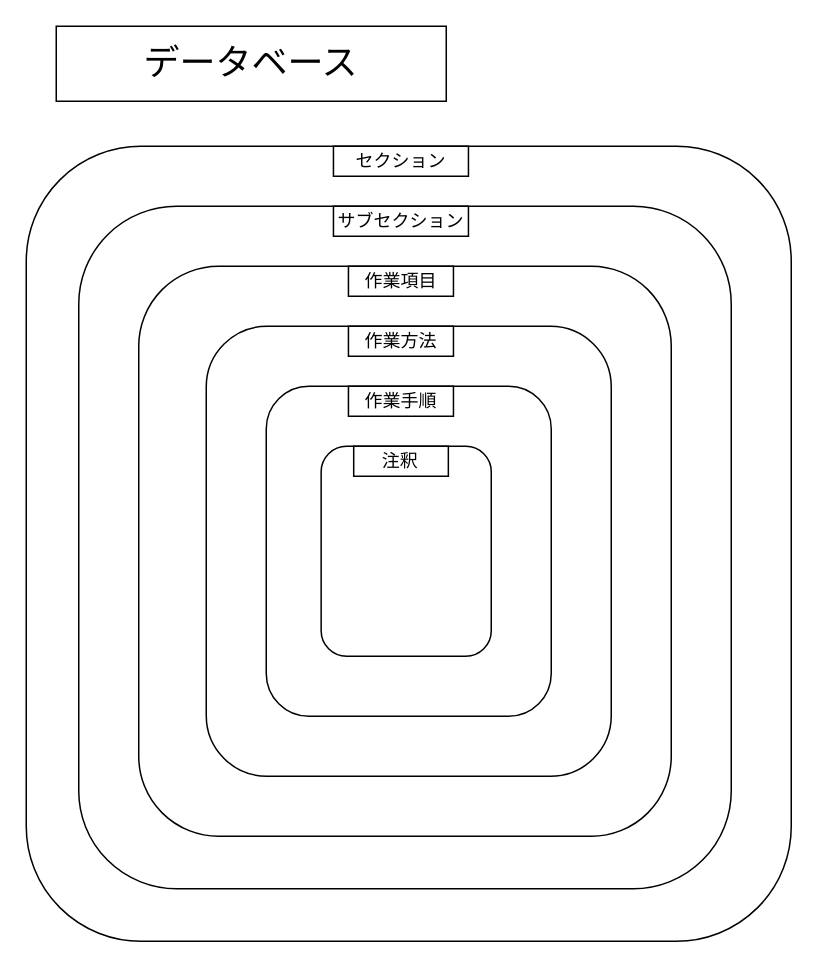
Earlier version of the draw.io diagram page "ページ1" (1 of 2) of db_er.drawio (kbr1009/manual_app). Source tidied: cells renumbered, new cells numbered last; positions are measured from the earlier drawing's top-left corner, leaving out a move shared by most shapes. Both pictures are drawn from the tidied source at 150%, with x=0, y=0 at pixel (26, 26).
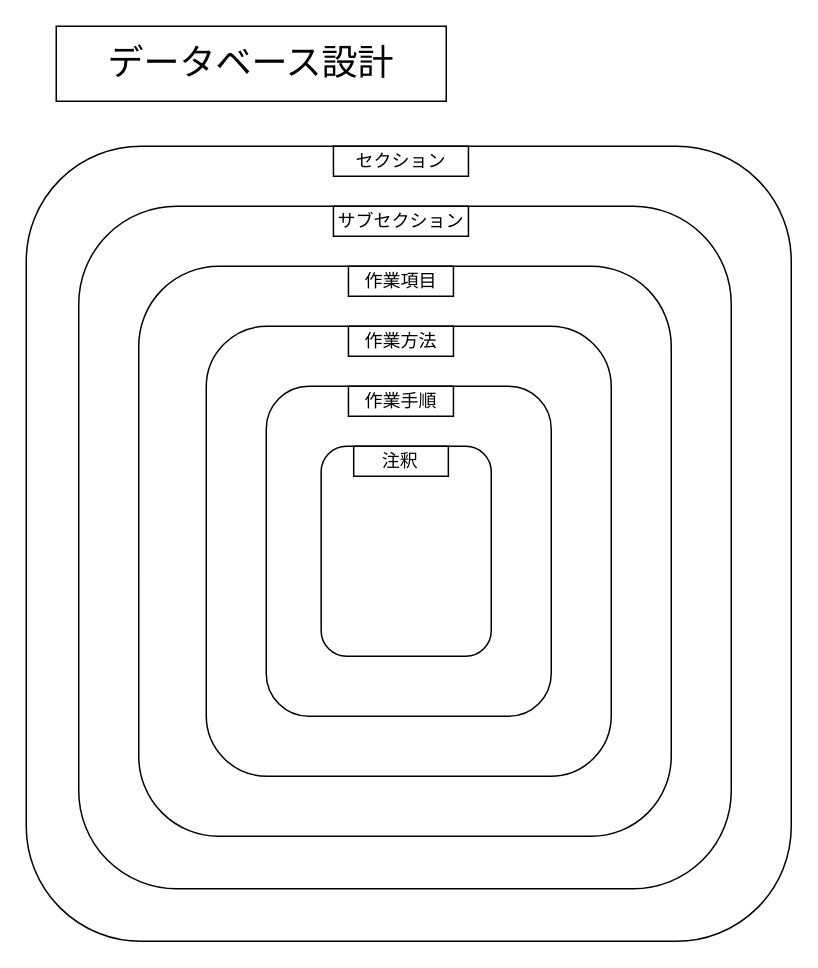
Above is the later version.

Change to the diagram source:
```diff
@@
 <mxGraphModel>
   <root>
     <mxCell id="0" />
     <mxCell id="1" parent="0" />
     <mxCell id="2" style="rounded=1;whiteSpace=wrap;html=1;" parent="1" vertex="1">
       <mxGeometry y="80" width="510" height="530" as="geometry" />
     </mxCell>
     <mxCell id="3" value="セクション" style="rounded=0;whiteSpace=wrap;html=1;" parent="1" vertex="1">
       <mxGeometry x="204.8" y="80" width="90" height="20" as="geometry" />
     </mxCell>
     <mxCell id="4" style="rounded=1;whiteSpace=wrap;html=1;" parent="1" vertex="1">
       <mxGeometry x="35" y="120" width="435" height="455" as="geometry" />
     </mxCell>
     <mxCell id="5" value="サブセクション" style="rounded=0;whiteSpace=wrap;html=1;" parent="1" vertex="1">
       <mxGeometry x="204.8" y="120" width="90" height="20" as="geometry" />
     </mxCell>
     <mxCell id="6" style="rounded=1;whiteSpace=wrap;html=1;" parent="1" vertex="1">
       <mxGeometry x="75" y="160" width="355" height="380" as="geometry" />
     </mxCell>
     <mxCell id="7" value="作業項目" style="rounded=0;whiteSpace=wrap;html=1;" parent="1" vertex="1">
       <mxGeometry x="214.8" y="160" width="70" height="20" as="geometry" />
     </mxCell>
     <mxCell id="8" style="rounded=1;whiteSpace=wrap;html=1;" parent="1" vertex="1">
       <mxGeometry x="120" y="200" width="270" height="300" as="geometry" />
     </mxCell>
     <mxCell id="9" value="作業方法" style="rounded=0;whiteSpace=wrap;html=1;" parent="1" vertex="1">
       <mxGeometry x="214.8" y="200" width="70" height="20" as="geometry" />
     </mxCell>
     <mxCell id="10" style="rounded=1;whiteSpace=wrap;html=1;" parent="1" vertex="1">
       <mxGeometry x="160" y="240" width="190" height="220" as="geometry" />
     </mxCell>
     <mxCell id="11" value="作業手順" style="rounded=0;whiteSpace=wrap;html=1;" parent="1" vertex="1">
       <mxGeometry x="214.8" y="240" width="70" height="20" as="geometry" />
     </mxCell>
     <mxCell id="12" style="rounded=1;whiteSpace=wrap;html=1;" parent="1" vertex="1">
       <mxGeometry x="196.6" y="280" width="113.4" height="140" as="geometry" />
     </mxCell>
     <mxCell id="13" value="注釈" style="rounded=0;whiteSpace=wrap;html=1;" parent="1" vertex="1">
       <mxGeometry x="218.3" y="280" width="63.1" height="20" as="geometry" />
     </mxCell>
-    <mxCell id="14" value="&lt;font style=&quot;font-size: 24px&quot;&gt;データベース&lt;/font&gt;" style="rounded=0;whiteSpace=wrap;html=1;" parent="1" vertex="1">
+    <mxCell id="14" value="&lt;font style=&quot;font-size: 24px&quot;&gt;データベース設計&lt;/font&gt;" style="rounded=0;whiteSpace=wrap;html=1;" parent="1" vertex="1">
       <mxGeometry x="20" width="260" height="50" as="geometry" />
     </mxCell>
   </root>
 </mxGraphModel>
```
